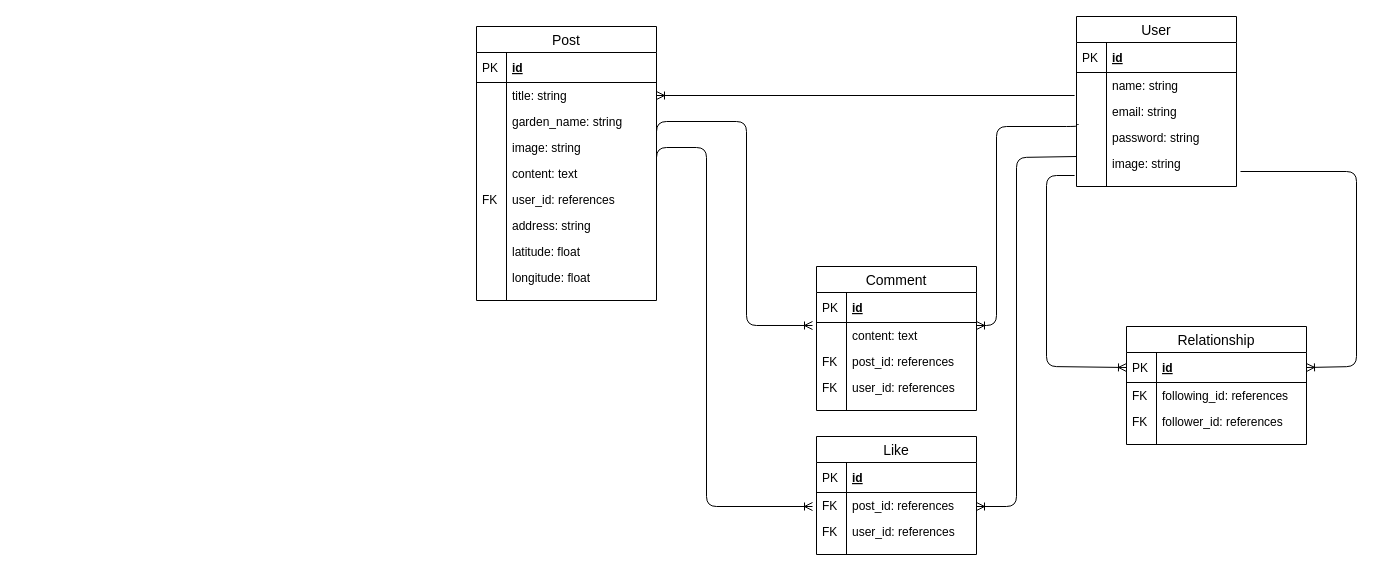
Above: niwaai.drawio in TakashiAoki5816/niwaai (draw.io), before the change. Source tidied: cells renumbered, new cells numbered last; positions are measured from the earlier drawing's top-left corner, leaving out a move shared by most shapes. Both pictures are drawn from the tidied source at 100%, with x=0, y=0 at pixel (476, 16).
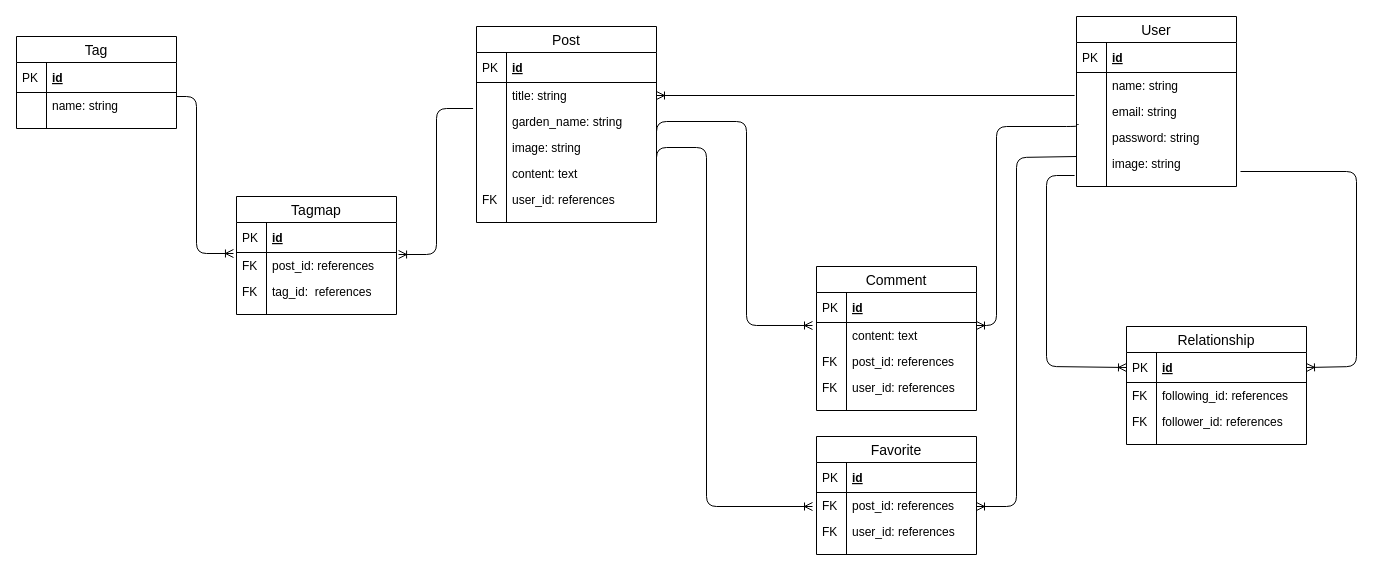
The same diagram, later.

Unchanged cells that the change refers to:
```xml
<mxCell id="54" value="title: string" style="shape=partialRectangle;top=0;left=0;right=0;bottom=0;align=left;verticalAlign=top;fillColor=none;spacingLeft=34;spacingRight=4;overflow=hidden;points=[[0,0.5],[1,0.5]];portConstraint=eastwest;fontSize=12;" parent="51" vertex="1">
  <mxGeometry y="56" width="180" height="26" as="geometry" />
</mxCell>
```

Change to the diagram source:
```diff
@@
+    <mxCell id="72" style="fontSize=12;html=1;endArrow=ERoneToMany;entryX=-0.019;entryY=0.038;entryDx=0;entryDy=0;entryPerimeter=0;edgeStyle=orthogonalEdgeStyle;" parent="1" edge="1" target="84">
+      <mxGeometry relative="1" as="geometry">
+        <mxPoint x="-300" y="80" as="sourcePoint" />
+        <Array as="points">
+          <mxPoint x="-280" y="80" />
+          <mxPoint x="-280" y="237" />
+        </Array>
+      </mxGeometry>
+    </mxCell>
+    <mxCell id="73" style="fontSize=12;html=1;endArrow=ERoneToMany;edgeStyle=orthogonalEdgeStyle;exitX=-0.019;exitY=1;exitDx=0;exitDy=0;exitPerimeter=0;entryX=1.013;entryY=0.077;entryDx=0;entryDy=0;entryPerimeter=0;" parent="1" edge="1" source="54" target="84">
+      <mxGeometry relative="1" as="geometry">
+        <Array as="points">
+          <mxPoint x="-40" y="92" />
+          <mxPoint x="-40" y="238" />
+        </Array>
+      </mxGeometry>
+    </mxCell>
@@
-    <mxCell id="20" value="Like" style="swimlane;fontStyle=0;horizontal=1;startSize=26;align=center;fontSize=14;" parent="1" vertex="1">
+    <mxCell id="20" value="Favorite" style="swimlane;fontStyle=0;horizontal=1;startSize=26;align=center;fontSize=14;" parent="1" vertex="1">
       <mxGeometry x="340" y="420" width="160" height="118" as="geometry" />
     </mxCell>
@@
     <mxCell id="51" value="Post" style="swimlane;fontStyle=0;horizontal=1;startSize=26;align=center;fontSize=14;" parent="1" vertex="1">
-      <mxGeometry y="10" width="180" height="274" as="geometry" />
+      <mxGeometry y="10" width="180" height="196" as="geometry" />
     </mxCell>
@@
-    <mxCell id="64" value="address: string " style="shape=partialRectangle;top=0;left=0;right=0;bottom=0;align=left;verticalAlign=top;fillColor=none;spacingLeft=34;spacingRight=4;overflow=hidden;fontSize=12;" parent="51" vertex="1">
-      <mxGeometry y="186" width="180" height="26" as="geometry" />
-    </mxCell>
-    <mxCell id="65" style="shape=partialRectangle;top=0;left=0;bottom=0;fillColor=none;align=left;verticalAlign=top;spacingLeft=4;spacingRight=4;overflow=hidden;fontSize=12;" parent="64" vertex="1">
-      <mxGeometry width="30" height="26" as="geometry" />
-    </mxCell>
-    <mxCell id="66" value="latitude: float" style="shape=partialRectangle;top=0;left=0;right=0;bottom=0;align=left;verticalAlign=top;fillColor=none;spacingLeft=34;spacingRight=4;overflow=hidden;fontSize=12;" parent="51" vertex="1">
-      <mxGeometry y="212" width="180" height="26" as="geometry" />
-    </mxCell>
-    <mxCell id="67" style="shape=partialRectangle;top=0;left=0;bottom=0;fillColor=none;align=left;verticalAlign=top;spacingLeft=4;spacingRight=4;overflow=hidden;fontSize=12;" parent="66" vertex="1">
-      <mxGeometry width="30" height="26" as="geometry" />
-    </mxCell>
-    <mxCell id="68" value="longitude: float" style="shape=partialRectangle;top=0;left=0;right=0;bottom=0;align=left;verticalAlign=top;fillColor=none;spacingLeft=34;spacingRight=4;overflow=hidden;fontSize=12;" parent="51" vertex="1">
-      <mxGeometry y="238" width="180" height="26" as="geometry" />
-    </mxCell>
-    <mxCell id="69" style="shape=partialRectangle;top=0;left=0;bottom=0;fillColor=none;align=left;verticalAlign=top;spacingLeft=4;spacingRight=4;overflow=hidden;fontSize=12;" parent="68" vertex="1">
-      <mxGeometry width="30" height="26" as="geometry" />
-    </mxCell>
     <mxCell id="70" style="shape=partialRectangle;top=0;left=0;right=0;bottom=0;align=left;verticalAlign=top;fillColor=none;spacingLeft=34;spacingRight=4;overflow=hidden;fontSize=12;" parent="51" vertex="1">
-      <mxGeometry y="264" width="180" height="10" as="geometry" />
+      <mxGeometry y="186" width="180" height="10" as="geometry" />
     </mxCell>
@@
+    <mxCell id="74" value="Tag" style="swimlane;fontStyle=0;horizontal=1;startSize=26;align=center;fontSize=14;" parent="1" vertex="1">
+      <mxGeometry x="-460" y="20" width="160" height="92" as="geometry" />
+    </mxCell>
+    <mxCell id="75" value="id" style="shape=partialRectangle;top=0;left=0;right=0;bottom=1;align=left;verticalAlign=middle;fillColor=none;spacingLeft=34;spacingRight=4;overflow=hidden;fontStyle=5;fontSize=12;" parent="74" vertex="1">
+      <mxGeometry y="26" width="160" height="30" as="geometry" />
+    </mxCell>
+    <mxCell id="76" value="PK" style="shape=partialRectangle;top=0;left=0;bottom=0;fillColor=none;align=left;verticalAlign=middle;spacingLeft=4;spacingRight=4;overflow=hidden;fontSize=12;" parent="75" vertex="1">
+      <mxGeometry width="30" height="30" as="geometry" />
+    </mxCell>
+    <mxCell id="77" value="name: string" style="shape=partialRectangle;top=0;left=0;right=0;bottom=0;align=left;verticalAlign=top;fillColor=none;spacingLeft=34;spacingRight=4;overflow=hidden;fontSize=12;" parent="74" vertex="1">
+      <mxGeometry y="56" width="160" height="26" as="geometry" />
+    </mxCell>
+    <mxCell id="78" style="shape=partialRectangle;top=0;left=0;bottom=0;fillColor=none;align=left;verticalAlign=top;spacingLeft=4;spacingRight=4;overflow=hidden;fontSize=12;" parent="77" vertex="1">
+      <mxGeometry width="30" height="26" as="geometry" />
+    </mxCell>
+    <mxCell id="79" style="shape=partialRectangle;top=0;left=0;right=0;bottom=0;align=left;verticalAlign=top;fillColor=none;spacingLeft=34;spacingRight=4;overflow=hidden;fontSize=12;" parent="74" vertex="1">
+      <mxGeometry y="82" width="160" height="10" as="geometry" />
+    </mxCell>
+    <mxCell id="80" style="shape=partialRectangle;top=0;left=0;bottom=0;fillColor=none;align=left;verticalAlign=top;spacingLeft=4;spacingRight=4;overflow=hidden;fontSize=12;" parent="79" vertex="1">
+      <mxGeometry width="30" height="10" as="geometry" />
+    </mxCell>
+    <mxCell id="81" value="Tagmap" style="swimlane;fontStyle=0;horizontal=1;startSize=26;align=center;fontSize=14;" parent="1" vertex="1">
+      <mxGeometry x="-240" y="180" width="160" height="118" as="geometry" />
+    </mxCell>
+    <mxCell id="82" value="id" style="shape=partialRectangle;top=0;left=0;right=0;bottom=1;align=left;verticalAlign=middle;fillColor=none;spacingLeft=34;spacingRight=4;overflow=hidden;fontStyle=5;fontSize=12;" parent="81" vertex="1">
+      <mxGeometry y="26" width="160" height="30" as="geometry" />
+    </mxCell>
+    <mxCell id="83" value="PK" style="shape=partialRectangle;top=0;left=0;bottom=0;fillColor=none;align=left;verticalAlign=middle;spacingLeft=4;spacingRight=4;overflow=hidden;fontSize=12;" parent="82" vertex="1">
+      <mxGeometry width="30" height="30" as="geometry" />
+    </mxCell>
+    <mxCell id="84" value="post_id: references" style="shape=partialRectangle;top=0;left=0;right=0;bottom=0;align=left;verticalAlign=top;fillColor=none;spacingLeft=34;spacingRight=4;overflow=hidden;points=[[0,0.5],[1,0.5]];portConstraint=eastwest;fontSize=12;" parent="81" vertex="1">
+      <mxGeometry y="56" width="160" height="26" as="geometry" />
+    </mxCell>
+    <mxCell id="85" value="FK" style="shape=partialRectangle;top=0;left=0;bottom=0;fillColor=none;align=left;verticalAlign=top;spacingLeft=4;spacingRight=4;overflow=hidden;fontSize=12;" parent="84" vertex="1">
+      <mxGeometry width="30" height="26" as="geometry" />
+    </mxCell>
+    <mxCell id="86" value="tag_id:  references" style="shape=partialRectangle;top=0;left=0;right=0;bottom=0;align=left;verticalAlign=top;fillColor=none;spacingLeft=34;spacingRight=4;overflow=hidden;fontSize=12;" parent="81" vertex="1">
+      <mxGeometry y="82" width="160" height="26" as="geometry" />
+    </mxCell>
+    <mxCell id="87" value="FK" style="shape=partialRectangle;top=0;left=0;bottom=0;fillColor=none;align=left;verticalAlign=top;spacingLeft=4;spacingRight=4;overflow=hidden;fontSize=12;" parent="86" vertex="1">
+      <mxGeometry width="30" height="26" as="geometry" />
+    </mxCell>
+    <mxCell id="88" style="shape=partialRectangle;top=0;left=0;right=0;bottom=0;align=left;verticalAlign=top;fillColor=none;spacingLeft=34;spacingRight=4;overflow=hidden;fontSize=12;" parent="81" vertex="1">
+      <mxGeometry y="108" width="160" height="10" as="geometry" />
+    </mxCell>
+    <mxCell id="89" style="shape=partialRectangle;top=0;left=0;bottom=0;fillColor=none;align=left;verticalAlign=top;spacingLeft=4;spacingRight=4;overflow=hidden;fontSize=12;" parent="88" vertex="1">
+      <mxGeometry width="30" height="10" as="geometry" />
+    </mxCell>
```
